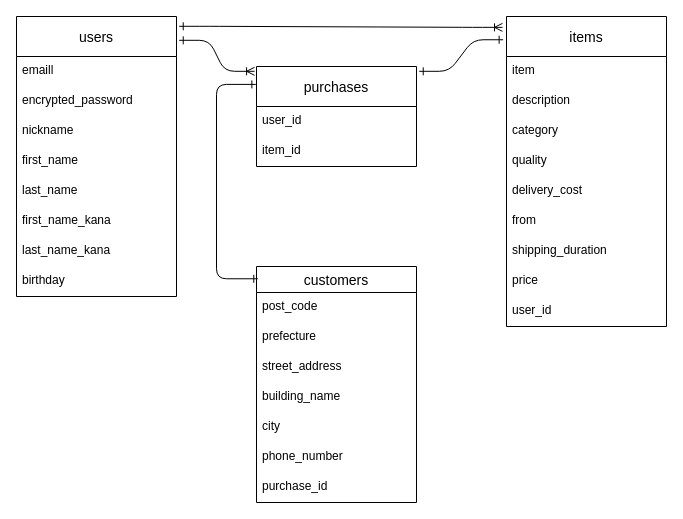
musasabi23/furima-39920 keeps this draw.io diagram as furima.dio. Above is the earlier version. Source tidied: cells renumbered, new cells numbered last; positions are measured from the earlier drawing's top-left corner, leaving out a move shared by most shapes. Both pictures are drawn from the tidied source at 100%, with x=0, y=0 at pixel (16, 16).
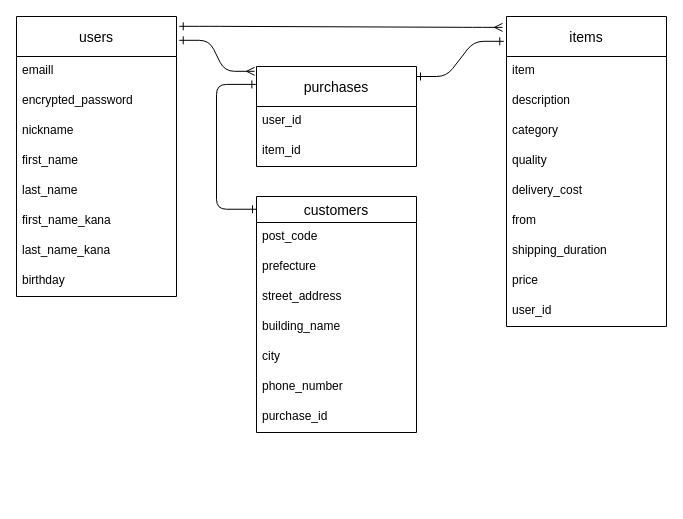
The same page after the edit.

The change refers to these unchanged cells:
```xml
<mxCell id="2" value="users" style="swimlane;fontStyle=0;horizontal=1;startSize=40;align=center;fontSize=14;labelBackgroundColor=default;" parent="1" vertex="1">
  <mxGeometry width="160" height="280" as="geometry" />
</mxCell>
<mxCell id="11" value="items" style="swimlane;fontStyle=0;horizontal=1;startSize=40;align=center;fontSize=14;" parent="1" vertex="1">
  <mxGeometry x="490" width="160" height="310" as="geometry" />
</mxCell>
<mxCell id="21" value="purchases" style="swimlane;fontStyle=0;horizontal=1;startSize=40;align=center;fontSize=14;" parent="1" vertex="1">
  <mxGeometry x="240" y="50" width="160" height="100" as="geometry" />
</mxCell>
```

Diff of the diagram source:
```diff
@@
-    <mxCell id="24" style="edgeStyle=entityRelationEdgeStyle;fontSize=12;html=1;endArrow=ERoneToMany;exitX=1.017;exitY=0.035;exitDx=0;exitDy=0;strokeWidth=1;startArrow=ERone;startFill=0;entryX=-0.025;entryY=0.035;entryDx=0;entryDy=0;entryPerimeter=0;exitPerimeter=0;" parent="1" edge="1" source="2" target="11">
+    <mxCell id="24" style="edgeStyle=entityRelationEdgeStyle;fontSize=12;html=1;endArrow=ERmany;exitX=1.017;exitY=0.035;exitDx=0;exitDy=0;strokeWidth=1;startArrow=ERone;startFill=0;entryX=-0.025;entryY=0.035;entryDx=0;entryDy=0;entryPerimeter=0;exitPerimeter=0;endFill=0;" parent="1" edge="1" source="2" target="11">
       <mxGeometry relative="1" as="geometry" />
     </mxCell>
-    <mxCell id="25" style="edgeStyle=entityRelationEdgeStyle;fontSize=12;html=1;endArrow=ERoneToMany;strokeWidth=1;startArrow=ERone;startFill=0;exitX=1.017;exitY=0.085;exitDx=0;exitDy=0;exitPerimeter=0;entryX=-0.012;entryY=0.048;entryDx=0;entryDy=0;entryPerimeter=0;" parent="1" edge="1" source="2" target="21">
+    <mxCell id="25" style="edgeStyle=entityRelationEdgeStyle;fontSize=12;html=1;endArrow=ERmany;strokeWidth=1;startArrow=ERone;startFill=0;exitX=1.017;exitY=0.085;exitDx=0;exitDy=0;exitPerimeter=0;entryX=-0.012;entryY=0.048;entryDx=0;entryDy=0;entryPerimeter=0;endFill=0;" parent="1" edge="1" source="2" target="21">
       <mxGeometry relative="1" as="geometry" />
     </mxCell>
-    <mxCell id="26" style="edgeStyle=entityRelationEdgeStyle;fontSize=12;html=1;endArrow=ERone;strokeWidth=1;startArrow=ERone;startFill=0;exitX=1.017;exitY=0.048;exitDx=0;exitDy=0;exitPerimeter=0;entryX=-0.021;entryY=0.075;entryDx=0;entryDy=0;entryPerimeter=0;endFill=0;" parent="1" edge="1" source="21" target="11">
+    <mxCell id="26" style="edgeStyle=entityRelationEdgeStyle;fontSize=12;html=1;endArrow=ERone;strokeWidth=1;startArrow=ERone;startFill=0;exitX=1;exitY=0.1;exitDx=0;exitDy=0;exitPerimeter=0;entryX=-0.017;entryY=0.08;entryDx=0;entryDy=0;entryPerimeter=0;endFill=0;" parent="1" edge="1" source="21" target="11">
       <mxGeometry relative="1" as="geometry" />
     </mxCell>
     <mxCell id="27" value="customers" style="swimlane;fontStyle=0;horizontal=1;startSize=26;align=center;fontSize=14;" parent="1" vertex="1">
-      <mxGeometry x="240" y="250" width="160" height="236" as="geometry" />
+      <mxGeometry x="240" y="180" width="160" height="236" as="geometry" />
     </mxCell>
@@
-    <mxCell id="35" style="edgeStyle=elbowEdgeStyle;fontSize=12;html=1;endArrow=ERone;strokeWidth=1;startArrow=ERone;startFill=0;entryX=0.008;entryY=0.052;entryDx=0;entryDy=0;entryPerimeter=0;endFill=0;exitX=-0.004;exitY=0.179;exitDx=0;exitDy=0;exitPerimeter=0;" parent="1" edge="1" source="21" target="27">
+    <mxCell id="35" style="edgeStyle=elbowEdgeStyle;fontSize=12;html=1;endArrow=ERone;strokeWidth=1;startArrow=ERone;startFill=0;entryX=0;entryY=0.054;entryDx=0;entryDy=0;entryPerimeter=0;endFill=0;exitX=-0.004;exitY=0.179;exitDx=0;exitDy=0;exitPerimeter=0;" parent="1" edge="1" source="21" target="27">
       <mxGeometry relative="1" as="geometry">
         <Array as="points">
           <mxPoint x="200" y="170" />
         </Array>
       </mxGeometry>
     </mxCell>
```
